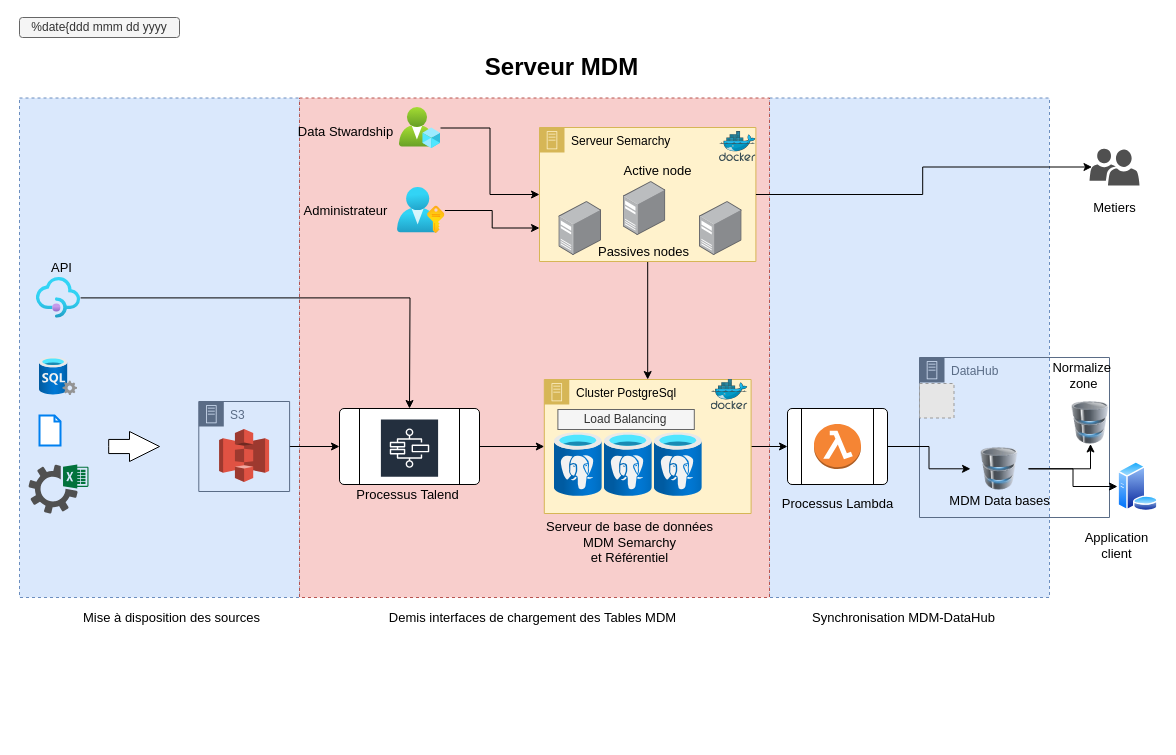
akhenouche/OpenClassrooms-AP keeps this draw.io diagram as diagrams/Diagramme sans nom.drawio. Above is the earlier version. Source tidied: cells renumbered, new cells numbered last; positions are measured from the earlier drawing's top-left corner, leaving out a move shared by most shapes. Both pictures are drawn from the tidied source at 100%, with x=0, y=0 at pixel (19, 17). Pictures stored in the file or linked from it are replaced by grey dashed boxes.
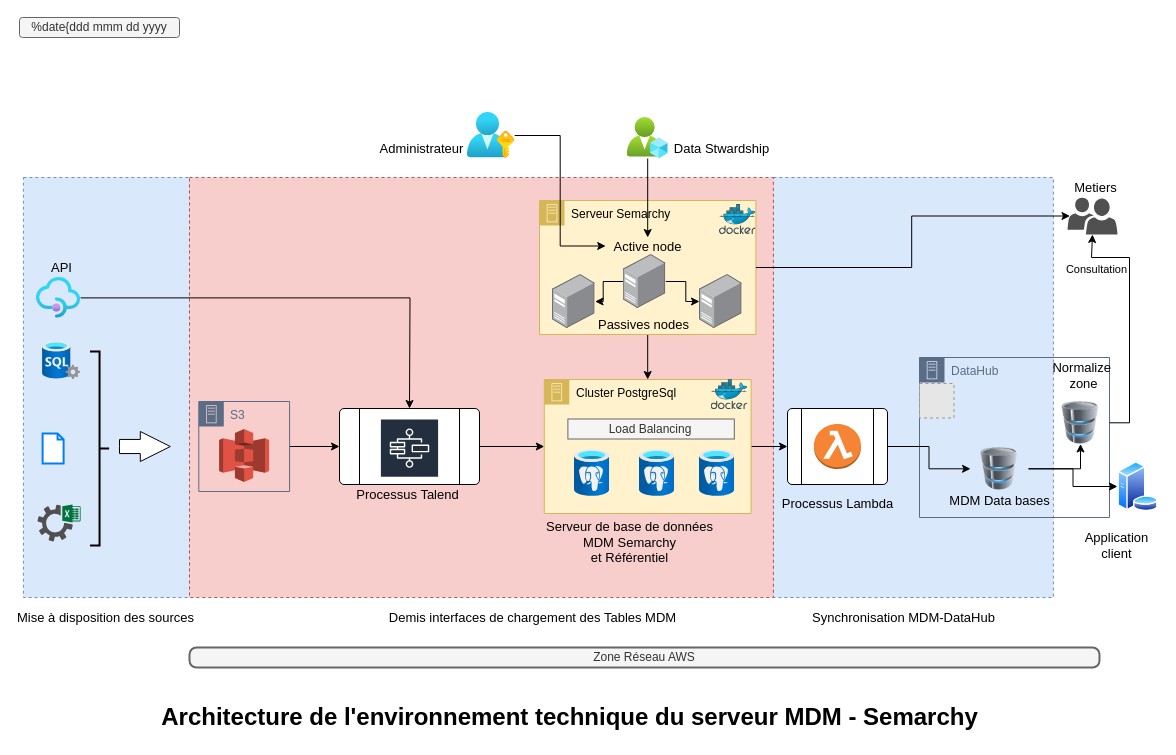
After the change.

Commit message (it also covers changes not shown here):
Mettre à jour Diagramme sans nom.drawio

Unchanged cells that the change refers to:
```xml
<mxCell id="10" style="image;points=[];html=1;align=center;shadow=0;dashed=0;image=img/lib/allied_telesis/computer_and_terminals/Server_Desktop.svg;rounded=1;" parent="9" vertex="1">
  <mxGeometry x="160" y="74" width="42.6" height="54" as="geometry" />
</mxCell>
<mxCell id="11" style="image;points=[];html=1;align=center;shadow=0;dashed=0;image=img/lib/allied_telesis/computer_and_terminals/Server_Desktop.svg;rounded=1;" parent="9" vertex="1">
  <mxGeometry x="83.7" y="54" width="42.6" height="54" as="geometry" />
</mxCell>
<mxCell id="25" value="Cluster PostgreSql" style="points=[[0,0],[0.25,0],[0.5,0],[0.75,0],[1,0],[1,0.25],[1,0.5],[1,0.75],[1,1],[0.75,1],[0.5,1],[0.25,1],[0,1],[0,0.75],[0,0.5],[0,0.25]];outlineConnect=0;html=1;whiteSpace=wrap;fontSize=12;fontStyle=0;shape=mxgraph.aws4.group;grIcon=mxgraph.aws4.group_on_premise;strokeColor=#d6b656;fillColor=#fff2cc;verticalAlign=top;align=left;spacingLeft=30;dashed=0;rounded=1;" parent="1" vertex="1">
  <mxGeometry x="524.8" y="362" width="206.8" height="134" as="geometry" />
</mxCell>
<mxCell id="33" value="DataHub" style="gradientColor=none;html=1;whiteSpace=wrap;fontSize=12;fontStyle=0;shape=mxgraph.aws4.group;grIcon=mxgraph.aws4.group_on_premise;strokeColor=#5A6C86;fillColor=none;verticalAlign=top;align=left;spacingLeft=30;fontColor=#5A6C86;dashed=0;rounded=1;" parent="1" vertex="1">
  <mxGeometry x="900" y="340" width="190" height="160" as="geometry" />
</mxCell>
```

The edit, as a diff of the source:
```diff
@@
     <mxCell id="2" style="rounded=0;whiteSpace=wrap;html=1;fillColor=#dae8fc;dashed=1;strokeColor=#6c8ebf;" parent="1" vertex="1">
-      <mxGeometry x="750" y="80.5" width="280" height="499.5" as="geometry" />
+      <mxGeometry x="753.9" y="160" width="280" height="420" as="geometry" />
     </mxCell>
     <mxCell id="3" style="rounded=0;whiteSpace=wrap;html=1;fillColor=#dae8fc;dashed=1;strokeColor=#6c8ebf;" parent="1" vertex="1">
-      <mxGeometry y="80.5" width="280" height="499.5" as="geometry" />
+      <mxGeometry x="3.9" y="160" width="166.1" height="420" as="geometry" />
     </mxCell>
     <mxCell id="4" style="rounded=0;whiteSpace=wrap;html=1;fillColor=#f8cecc;dashed=1;strokeColor=#b85450;" parent="1" vertex="1">
-      <mxGeometry x="280" y="80.5" width="470" height="499.5" as="geometry" />
+      <mxGeometry x="170" y="160" width="583.9" height="420" as="geometry" />
     </mxCell>
@@
     <mxCell id="9" value="Serveur Semarchy" style="points=[[0,0],[0.25,0],[0.5,0],[0.75,0],[1,0],[1,0.25],[1,0.5],[1,0.75],[1,1],[0.75,1],[0.5,1],[0.25,1],[0,1],[0,0.75],[0,0.5],[0,0.25]];outlineConnect=0;html=1;whiteSpace=wrap;fontSize=12;fontStyle=0;shape=mxgraph.aws4.group;grIcon=mxgraph.aws4.group_on_premise;strokeColor=#d6b656;fillColor=#fff2cc;verticalAlign=top;align=left;spacingLeft=30;dashed=0;rounded=1;" parent="1" vertex="1">
-      <mxGeometry x="520" y="110" width="216.4" height="134" as="geometry" />
+      <mxGeometry x="520" y="183" width="216.4" height="134" as="geometry" />
     </mxCell>
@@
+    <mxCell id="63" style="edgeStyle=orthogonalEdgeStyle;rounded=0;jettySize=auto;html=1;" parent="9" edge="1" source="11" target="10">
+      <mxGeometry relative="1" as="geometry" />
+    </mxCell>
+    <mxCell id="64" style="edgeStyle=orthogonalEdgeStyle;rounded=0;jettySize=auto;html=1;" parent="9" edge="1" source="11" target="12">
+      <mxGeometry relative="1" as="geometry" />
+    </mxCell>
@@
     <mxCell id="12" style="image;points=[];html=1;align=center;shadow=0;dashed=0;image=img/lib/allied_telesis/computer_and_terminals/Server_Desktop.svg;rounded=1;" parent="9" vertex="1">
-      <mxGeometry x="19.4" y="74" width="42.6" height="54" as="geometry" />
+      <mxGeometry x="13" y="74" width="42.6" height="54" as="geometry" />
     </mxCell>
     <mxCell id="13" value="Active node" style="text;strokeColor=none;fillColor=none;html=1;fontSize=13;fontStyle=0;verticalAlign=middle;align=center;rounded=1;" parent="9" vertex="1">
-      <mxGeometry x="76" y="34" width="84" height="17" as="geometry" />
+      <mxGeometry x="66.2" y="37" width="84" height="17" as="geometry" />
     </mxCell>
@@
     <mxCell id="16" style="image;html=1;align=center;fontSize=12;image=img/lib/azure2/databases/SQL_Server.svg;rounded=1;" parent="1" vertex="1">
-      <mxGeometry x="20" y="340" width="38" height="38" as="geometry" />
+      <mxGeometry x="23.1" y="324" width="38" height="38" as="geometry" />
     </mxCell>
-    <mxCell id="17" style="edgeStyle=orthogonalEdgeStyle;rounded=0;jettySize=auto;html=1;" parent="1" edge="1" source="18" target="9">
+    <mxCell id="17" style="edgeStyle=orthogonalEdgeStyle;rounded=0;jettySize=auto;html=1;entryX=0.5;entryY=0;entryDx=0;entryDy=0;" parent="1" edge="1" source="18" target="13">
       <mxGeometry relative="1" as="geometry" />
     </mxCell>
     <mxCell id="18" style="image;html=1;points=[];align=center;fontSize=12;image=img/lib/azure2/intune/Azure_AD_Roles_and_Administrators.svg;rounded=1;" parent="1" vertex="1">
-      <mxGeometry x="380" y="90" width="41" height="41" as="geometry" />
+      <mxGeometry x="607.7" y="100" width="41" height="41" as="geometry" />
     </mxCell>
-    <mxCell id="19" style="edgeStyle=orthogonalEdgeStyle;rounded=0;jettySize=auto;html=1;entryX=0;entryY=0.75;entryDx=0;entryDy=0;" parent="1" edge="1" source="20" target="9">
-      <mxGeometry relative="1" as="geometry" />
-    </mxCell>
+    <mxCell id="65" style="edgeStyle=orthogonalEdgeStyle;rounded=0;jettySize=auto;html=1;entryX=0;entryY=0.5;entryDx=0;entryDy=0;" parent="1" edge="1" source="20" target="13">
+      <mxGeometry relative="1" as="geometry" />
+    </mxCell>
     <mxCell id="20" style="image;html=1;points=[];align=center;fontSize=12;image=img/lib/azure2/azure_stack/User_Subscriptions.svg;rounded=1;" parent="1" vertex="1">
-      <mxGeometry x="378" y="170" width="47.4" height="46" as="geometry" />
+      <mxGeometry x="447.8" y="95" width="47.4" height="46" as="geometry" />
     </mxCell>
     <mxCell id="21" style="shadow=0;dashed=0;html=1;strokeColor=none;labelPosition=center;verticalLabelPosition=bottom;verticalAlign=top;align=center;fillColor=#505050;shape=mxgraph.mscae.intune.user_group;rounded=1;" parent="1" vertex="1">
-      <mxGeometry x="1070" y="131" width="50" height="37" as="geometry" />
+      <mxGeometry x="1048" y="180" width="50" height="37" as="geometry" />
     </mxCell>
-    <mxCell id="22" value="Serveur MDM" style="text;strokeColor=none;fillColor=none;html=1;fontSize=24;fontStyle=1;verticalAlign=middle;align=center;rounded=1;" parent="1" vertex="1">
-      <mxGeometry x="440" y="30" width="204" height="40" as="geometry" />
+    <mxCell id="22" value="Architecture de l'environnement technique du serveur MDM - Semarchy" style="text;strokeColor=none;fillColor=none;html=1;fontSize=24;fontStyle=1;verticalAlign=middle;align=center;rounded=1;" parent="1" vertex="1">
+      <mxGeometry x="447.8" y="680" width="204" height="40" as="geometry" />
     </mxCell>
@@
     <mxCell id="26" style="image;html=1;align=center;fontSize=12;image=img/lib/azure2/databases/Azure_Database_PostgreSQL_Server.svg;rounded=1;" parent="25" vertex="1">
-      <mxGeometry x="110" y="53" width="48" height="64" as="geometry" />
+      <mxGeometry x="155.2" y="70" width="35.2" height="47" as="geometry" />
     </mxCell>
     <mxCell id="27" style="image;html=1;align=center;fontSize=12;image=img/lib/azure2/databases/Azure_Database_PostgreSQL_Server.svg;rounded=1;" parent="25" vertex="1">
-      <mxGeometry x="60" y="53" width="48" height="64" as="geometry" />
+      <mxGeometry x="95.2" y="70" width="35.2" height="47" as="geometry" />
     </mxCell>
     <mxCell id="28" value="Load Balancing" style="rounded=0;whiteSpace=wrap;html=1;fillColor=#f5f5f5;fontColor=#333333;strokeColor=#666666;" parent="25" vertex="1">
-      <mxGeometry x="13.6" y="30" width="136.4" height="20" as="geometry" />
+      <mxGeometry x="23.6" y="39.5" width="166.4" height="20" as="geometry" />
     </mxCell>
     <mxCell id="29" style="image;html=1;align=center;fontSize=12;image=img/lib/azure2/databases/Azure_Database_PostgreSQL_Server.svg;rounded=1;" parent="25" vertex="1">
-      <mxGeometry x="10" y="53" width="48" height="64" as="geometry" />
+      <mxGeometry x="30.2" y="70" width="35.2" height="47" as="geometry" />
     </mxCell>
@@
     <mxCell id="37" style="image;html=1;image=img/lib/clip_art/computers/Database_128x128.png;" parent="33" vertex="1">
-      <mxGeometry x="142" y="44" width="58" height="42.5" as="geometry" />
+      <mxGeometry x="132" y="44" width="58" height="42.5" as="geometry" />
     </mxCell>
@@
     <mxCell id="40" style="sketch=0;shadow=0;dashed=0;html=1;strokeColor=none;fillColor=#505050;labelPosition=center;verticalLabelPosition=bottom;verticalAlign=top;align=center;shape=mxgraph.office.services.excel_services;" parent="1" vertex="1">
-      <mxGeometry x="9" y="447" width="60" height="49" as="geometry" />
+      <mxGeometry x="18" y="487" width="43.1" height="37" as="geometry" />
     </mxCell>
     <mxCell id="41" style="html=1;verticalLabelPosition=bottom;align=center;labelBackgroundColor=#ffffff;verticalAlign=top;strokeWidth=2;strokeColor=#0080F0;shadow=0;dashed=0;shape=mxgraph.ios7.icons.document;" parent="1" vertex="1">
-      <mxGeometry x="20" y="398" width="21" height="30" as="geometry" />
+      <mxGeometry x="23.1" y="416" width="21" height="30" as="geometry" />
     </mxCell>
@@
     <mxCell id="45" value="Data Stwardship" style="text;strokeColor=none;fillColor=none;html=1;fontSize=13;fontStyle=0;verticalAlign=middle;align=center;rounded=1;" parent="1" vertex="1">
-      <mxGeometry x="283.9" y="104" width="84" height="20" as="geometry" />
+      <mxGeometry x="660" y="121" width="84" height="20" as="geometry" />
     </mxCell>
@@
     <mxCell id="48" style="html=1;shadow=0;dashed=0;align=center;verticalAlign=middle;shape=mxgraph.arrows2.arrow;dy=0.53;dx=30;notch=0;" parent="1" vertex="1">
-      <mxGeometry x="89.2" y="414" width="50.8" height="30" as="geometry" />
+      <mxGeometry x="100" y="414" width="50.8" height="30" as="geometry" />
     </mxCell>
@@
     <mxCell id="52" value="Administrateur" style="text;strokeColor=none;fillColor=none;html=1;fontSize=13;fontStyle=0;verticalAlign=middle;align=center;rounded=1;" parent="1" vertex="1">
-      <mxGeometry x="283.9" y="183" width="84" height="20" as="geometry" />
+      <mxGeometry x="360.4" y="121" width="84" height="20" as="geometry" />
     </mxCell>
     <mxCell id="53" value="Metiers" style="text;strokeColor=none;fillColor=none;html=1;fontSize=13;fontStyle=0;verticalAlign=middle;align=center;rounded=1;" parent="1" vertex="1">
-      <mxGeometry x="1053" y="180" width="84" height="20" as="geometry" />
+      <mxGeometry x="1033.9" y="160" width="84" height="20" as="geometry" />
     </mxCell>
@@
     <mxCell id="61" value="Mise à disposition des sources" style="text;strokeColor=none;fillColor=none;html=1;fontSize=13;fontStyle=0;verticalAlign=middle;align=center;rounded=1;" parent="1" vertex="1">
-      <mxGeometry x="110" y="590" width="84" height="20" as="geometry" />
+      <mxGeometry x="44.1" y="590" width="84" height="20" as="geometry" />
     </mxCell>
@@
+    <mxCell id="66" style="edgeStyle=orthogonalEdgeStyle;rounded=0;jettySize=auto;html=1;entryX=0.5;entryY=1;entryDx=0;entryDy=0;entryPerimeter=0;" parent="1" edge="1" source="37" target="21">
+      <mxGeometry relative="1" as="geometry">
+        <Array as="points">
+          <mxPoint x="1110" y="405" />
+          <mxPoint x="1110" y="240" />
+          <mxPoint x="1072" y="240" />
+          <mxPoint x="1072" y="217" />
+        </Array>
+      </mxGeometry>
+    </mxCell>
+    <mxCell id="67" value="Consultation" style="edgeLabel;html=1;align=center;verticalAlign=middle;" parent="66" vertex="1">
+      <mxGeometry x="-0.39" y="-1" relative="1" as="geometry">
+        <mxPoint x="-35" y="-99" as="offset" />
+      </mxGeometry>
+    </mxCell>
+    <mxCell id="68" style="strokeWidth=2;html=1;shape=mxgraph.flowchart.annotation_2;align=left;labelPosition=right;rotation=-180;" parent="1" vertex="1">
+      <mxGeometry x="70.5" y="334" width="19.1" height="194" as="geometry" />
+    </mxCell>
+    <mxCell id="69" value="Zone Réseau AWS" style="rounded=1;whiteSpace=wrap;html=1;absoluteArcSize=1;arcSize=14;strokeWidth=2;fillColor=#f5f5f5;fontColor=#333333;strokeColor=#666666;" parent="1" vertex="1">
+      <mxGeometry x="170" y="630" width="910" height="20" as="geometry" />
+    </mxCell>
```
